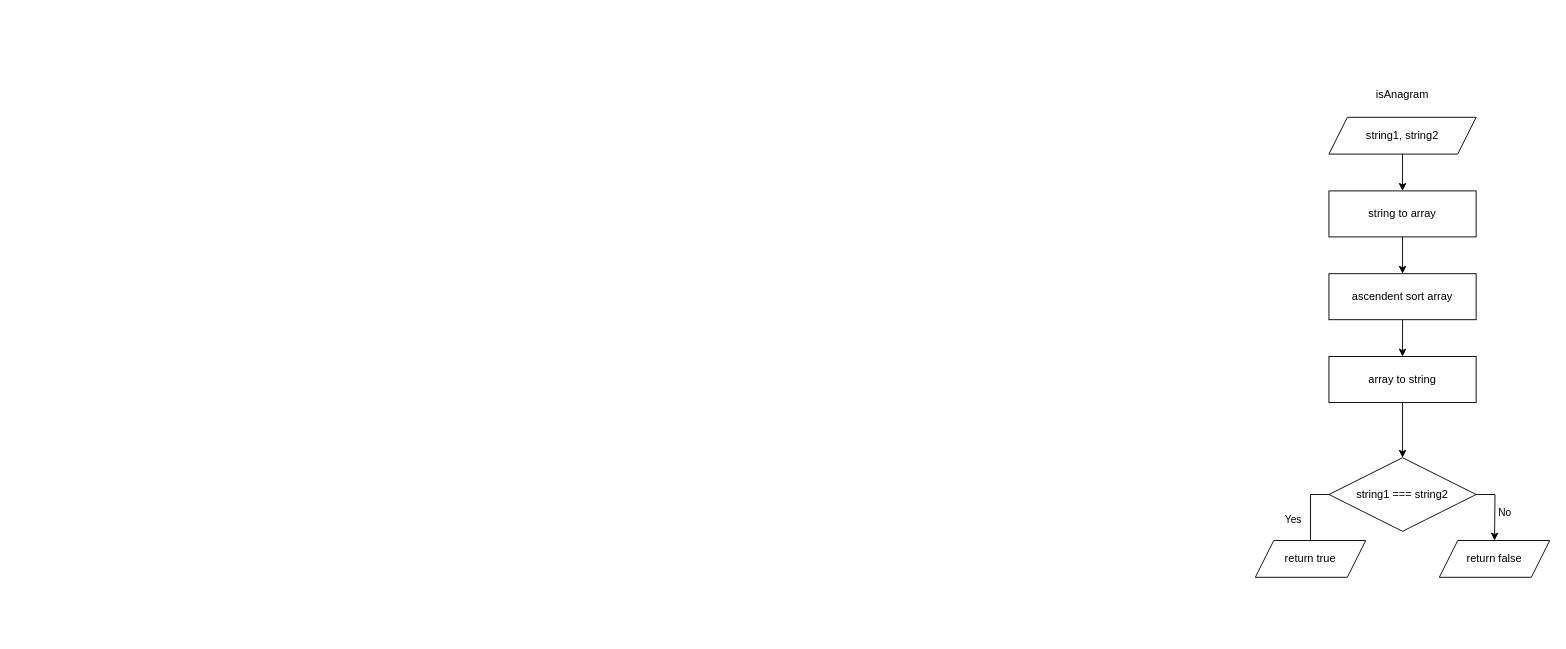
This is practice/Untitled Diagram.drawio from lednova-irina/ArtJoker, a draw.io file, before an edit. Source tidied: cells renumbered, new cells numbered last; positions are measured from the earlier drawing's top-left corner, leaving out a move shared by most shapes. Both pictures are drawn from the tidied source at 92%, with x=0, y=0 at pixel (1255, 80).
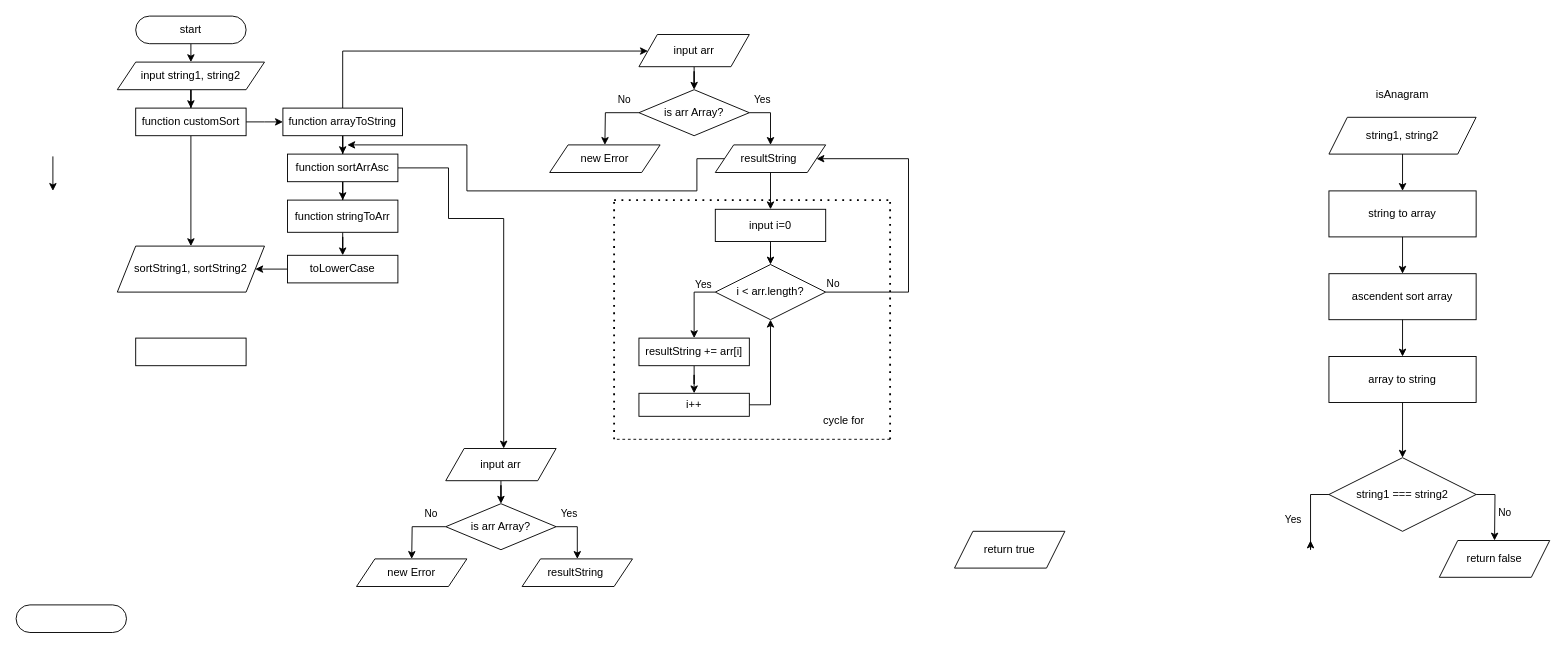
The same page after the edit.

The edit, as a diff of the source:
```diff
@@
     <mxCell id="16" value="return true" style="shape=parallelogram;perimeter=parallelogramPerimeter;whiteSpace=wrap;html=1;fixedSize=1;" parent="1" vertex="1">
-      <mxGeometry y="500" width="120" height="40" as="geometry" />
+      <mxGeometry x="-327" y="490" width="120" height="40" as="geometry" />
     </mxCell>
@@
+    <mxCell id="19" style="edgeStyle=orthogonalEdgeStyle;rounded=0;jettySize=auto;html=1;entryX=0.5;entryY=0;entryDx=0;entryDy=0;" parent="1" edge="1" source="21" target="24">
+      <mxGeometry relative="1" as="geometry" />
+    </mxCell>
+    <mxCell id="20" style="edgeStyle=orthogonalEdgeStyle;rounded=0;jettySize=auto;html=1;exitX=0.5;exitY=1;exitDx=0;exitDy=0;entryX=0.5;entryY=0;entryDx=0;entryDy=0;" parent="1" edge="1" source="27" target="21">
+      <mxGeometry relative="1" as="geometry" />
+    </mxCell>
+    <mxCell id="21" value="input string1, string2" style="shape=parallelogram;perimeter=parallelogramPerimeter;whiteSpace=wrap;html=1;fixedSize=1;" parent="1" vertex="1">
+      <mxGeometry x="-1237" y="-20" width="160" height="30" as="geometry" />
+    </mxCell>
+    <mxCell id="22" style="edgeStyle=orthogonalEdgeStyle;rounded=0;jettySize=auto;html=1;entryX=0.5;entryY=0;entryDx=0;entryDy=0;" parent="1" edge="1" source="24" target="38">
+      <mxGeometry relative="1" as="geometry" />
+    </mxCell>
+    <mxCell id="23" style="edgeStyle=orthogonalEdgeStyle;rounded=0;jettySize=auto;html=1;" parent="1" edge="1" source="24">
+      <mxGeometry relative="1" as="geometry">
+        <mxPoint x="-1057" y="45" as="targetPoint" />
+      </mxGeometry>
+    </mxCell>
+    <mxCell id="24" value="function customSort" style="rounded=0;whiteSpace=wrap;html=1;" parent="1" vertex="1">
+      <mxGeometry x="-1217" y="30" width="120" height="30" as="geometry" />
+    </mxCell>
+    <mxCell id="25" style="edgeStyle=orthogonalEdgeStyle;rounded=0;orthogonalLoop=1;jettySize=auto;html=1;" parent="1" edge="1">
+      <mxGeometry relative="1" as="geometry">
+        <mxPoint x="-1307" y="82.5" as="sourcePoint" />
+        <mxPoint x="-1307" y="120" as="targetPoint" />
+      </mxGeometry>
+    </mxCell>
+    <mxCell id="26" style="whiteSpace=wrap;html=1;rounded=0;" parent="1" vertex="1">
+      <mxGeometry x="-1217" y="280" width="120" height="30" as="geometry" />
+    </mxCell>
+    <mxCell id="27" value="start" style="rounded=1;whiteSpace=wrap;html=1;arcSize=50;" parent="1" vertex="1">
+      <mxGeometry x="-1217" y="-70" width="120" height="30" as="geometry" />
+    </mxCell>
+    <mxCell id="28" style="rounded=1;whiteSpace=wrap;html=1;arcSize=50;" parent="1" vertex="1">
+      <mxGeometry x="-1347" y="570" width="120" height="30" as="geometry" />
+    </mxCell>
+    <mxCell id="29" style="edgeStyle=orthogonalEdgeStyle;rounded=0;jettySize=auto;html=1;" parent="1" edge="1" source="31" target="34">
+      <mxGeometry relative="1" as="geometry" />
+    </mxCell>
+    <mxCell id="30" style="edgeStyle=orthogonalEdgeStyle;rounded=0;jettySize=auto;html=1;" parent="1" edge="1" source="31" target="40">
+      <mxGeometry relative="1" as="geometry">
+        <Array as="points">
+          <mxPoint x="-992" y="-32" />
+        </Array>
+      </mxGeometry>
+    </mxCell>
+    <mxCell id="31" value="function arrayToString" style="rounded=0;whiteSpace=wrap;html=1;" parent="1" vertex="1">
+      <mxGeometry x="-1057" y="30" width="130" height="30" as="geometry" />
+    </mxCell>
+    <mxCell id="32" style="edgeStyle=orthogonalEdgeStyle;rounded=0;jettySize=auto;html=1;" parent="1" edge="1" source="34" target="37">
+      <mxGeometry relative="1" as="geometry" />
+    </mxCell>
+    <mxCell id="33" style="edgeStyle=orthogonalEdgeStyle;rounded=0;jettySize=auto;html=1;" parent="1" edge="1" source="34">
+      <mxGeometry relative="1" as="geometry">
+        <mxPoint x="-817" y="400" as="targetPoint" />
+        <Array as="points">
+          <mxPoint x="-877" y="95" />
+          <mxPoint x="-877" y="150" />
+          <mxPoint x="-817" y="150" />
+        </Array>
+      </mxGeometry>
+    </mxCell>
+    <mxCell id="34" value="function sortArrAsc" style="whiteSpace=wrap;html=1;rounded=0;" parent="1" vertex="1">
+      <mxGeometry x="-1052" y="80" width="120" height="30" as="geometry" />
+    </mxCell>
+    <mxCell id="35" style="edgeStyle=orthogonalEdgeStyle;rounded=0;jettySize=auto;html=1;entryX=1;entryY=0.5;entryDx=0;entryDy=0;exitX=0;exitY=0.5;exitDx=0;exitDy=0;" parent="1" edge="1" source="47" target="38">
+      <mxGeometry relative="1" as="geometry" />
+    </mxCell>
+    <mxCell id="36" style="edgeStyle=orthogonalEdgeStyle;rounded=0;jettySize=auto;html=1;" parent="1" edge="1" source="37" target="47">
+      <mxGeometry relative="1" as="geometry" />
+    </mxCell>
+    <mxCell id="37" value="function stringToArr" style="whiteSpace=wrap;html=1;rounded=0;" parent="1" vertex="1">
+      <mxGeometry x="-1052" y="130" width="120" height="35" as="geometry" />
+    </mxCell>
+    <mxCell id="38" value="sortString1, sortString2" style="shape=parallelogram;perimeter=parallelogramPerimeter;whiteSpace=wrap;html=1;fixedSize=1;" parent="1" vertex="1">
+      <mxGeometry x="-1237" y="180" width="160" height="50" as="geometry" />
+    </mxCell>
+    <mxCell id="39" style="edgeStyle=orthogonalEdgeStyle;rounded=0;jettySize=auto;html=1;" parent="1" edge="1" source="40" target="45">
+      <mxGeometry relative="1" as="geometry" />
+    </mxCell>
+    <mxCell id="40" value="input arr" style="shape=parallelogram;perimeter=parallelogramPerimeter;whiteSpace=wrap;html=1;fixedSize=1;" parent="1" vertex="1">
+      <mxGeometry x="-670" y="-50" width="120" height="35" as="geometry" />
+    </mxCell>
+    <mxCell id="41" style="edgeStyle=orthogonalEdgeStyle;rounded=0;jettySize=auto;html=1;" parent="1" edge="1" source="45">
+      <mxGeometry relative="1" as="geometry">
+        <mxPoint x="-707" y="70" as="targetPoint" />
+      </mxGeometry>
+    </mxCell>
+    <mxCell id="42" value="Yes" style="edgeLabel;html=1;align=center;verticalAlign=middle;" parent="41" vertex="1">
+      <mxGeometry x="0.09" relative="1" as="geometry">
+        <mxPoint x="170" y="-17" as="offset" />
+      </mxGeometry>
+    </mxCell>
+    <mxCell id="43" style="edgeStyle=orthogonalEdgeStyle;rounded=0;jettySize=auto;html=1;exitX=1;exitY=0.5;exitDx=0;exitDy=0;entryX=0.5;entryY=0;entryDx=0;entryDy=0;" parent="1" edge="1" source="45" target="50">
+      <mxGeometry relative="1" as="geometry" />
+    </mxCell>
+    <mxCell id="44" value="No" style="edgeLabel;html=1;align=center;verticalAlign=middle;" parent="43" vertex="1">
+      <mxGeometry x="-0.13" y="-1" relative="1" as="geometry">
+        <mxPoint x="-159" y="-17" as="offset" />
+      </mxGeometry>
+    </mxCell>
+    <mxCell id="45" value="is arr Array?" style="rhombus;whiteSpace=wrap;html=1;" parent="1" vertex="1">
+      <mxGeometry x="-670" y="10" width="120" height="50" as="geometry" />
+    </mxCell>
+    <mxCell id="46" value="new Error" style="shape=parallelogram;perimeter=parallelogramPerimeter;whiteSpace=wrap;html=1;fixedSize=1;" parent="1" vertex="1">
+      <mxGeometry x="-767" y="70" width="120" height="30" as="geometry" />
+    </mxCell>
+    <mxCell id="47" value="toLowerCase" style="whiteSpace=wrap;html=1;rounded=0;" parent="1" vertex="1">
+      <mxGeometry x="-1052" y="190" width="120" height="30" as="geometry" />
+    </mxCell>
+    <mxCell id="48" style="edgeStyle=orthogonalEdgeStyle;rounded=0;jettySize=auto;html=1;" parent="1" edge="1" source="50" target="52">
+      <mxGeometry relative="1" as="geometry" />
+    </mxCell>
+    <mxCell id="49" style="edgeStyle=orthogonalEdgeStyle;rounded=0;jettySize=auto;html=1;" parent="1" edge="1" source="50">
+      <mxGeometry relative="1" as="geometry">
+        <mxPoint x="-987" y="70" as="targetPoint" />
+        <Array as="points">
+          <mxPoint x="-607" y="85" />
+          <mxPoint x="-607" y="120" />
+          <mxPoint x="-857" y="120" />
+          <mxPoint x="-857" y="70" />
+        </Array>
+      </mxGeometry>
+    </mxCell>
+    <mxCell id="50" value="resultString&amp;nbsp;" style="shape=parallelogram;perimeter=parallelogramPerimeter;whiteSpace=wrap;html=1;fixedSize=1;" parent="1" vertex="1">
+      <mxGeometry x="-587" y="70" width="120" height="30" as="geometry" />
+    </mxCell>
+    <mxCell id="51" style="edgeStyle=orthogonalEdgeStyle;rounded=0;jettySize=auto;html=1;" parent="1" edge="1" source="52" target="55">
+      <mxGeometry relative="1" as="geometry" />
+    </mxCell>
+    <mxCell id="52" value="input i=0" style="whiteSpace=wrap;html=1;" parent="1" vertex="1">
+      <mxGeometry x="-587" y="140" width="120" height="35" as="geometry" />
+    </mxCell>
+    <mxCell id="53" style="edgeStyle=orthogonalEdgeStyle;rounded=0;jettySize=auto;html=1;exitX=0;exitY=0.5;exitDx=0;exitDy=0;" parent="1" edge="1" source="55" target="57">
+      <mxGeometry relative="1" as="geometry" />
+    </mxCell>
+    <mxCell id="54" style="edgeStyle=orthogonalEdgeStyle;rounded=0;jettySize=auto;html=1;exitX=1;exitY=0.5;exitDx=0;exitDy=0;" parent="1" edge="1" source="55">
+      <mxGeometry relative="1" as="geometry">
+        <mxPoint x="-477" y="85" as="targetPoint" />
+        <Array as="points">
+          <mxPoint x="-377" y="230" />
+          <mxPoint x="-377" y="85" />
+        </Array>
+      </mxGeometry>
+    </mxCell>
+    <mxCell id="55" value="i &amp;lt; arr.length?" style="rhombus;whiteSpace=wrap;html=1;" parent="1" vertex="1">
+      <mxGeometry x="-587" y="200" width="120" height="60" as="geometry" />
+    </mxCell>
+    <mxCell id="56" style="edgeStyle=orthogonalEdgeStyle;rounded=0;jettySize=auto;html=1;" parent="1" edge="1" source="57" target="61">
+      <mxGeometry relative="1" as="geometry" />
+    </mxCell>
+    <mxCell id="57" value="resultString += arr[i]" style="whiteSpace=wrap;html=1;" parent="1" vertex="1">
+      <mxGeometry x="-670" y="280" width="120" height="30" as="geometry" />
+    </mxCell>
+    <mxCell id="58" value="No" style="edgeLabel;html=1;align=center;verticalAlign=middle;" parent="1" vertex="1">
+      <mxGeometry x="-507" y="45" as="geometry">
+        <mxPoint x="47" y="175" as="offset" />
+      </mxGeometry>
+    </mxCell>
+    <mxCell id="59" value="Yes" style="edgeLabel;html=1;align=center;verticalAlign=middle;" parent="1" vertex="1">
+      <mxGeometry x="-707" y="40" as="geometry">
+        <mxPoint x="106" y="181" as="offset" />
+      </mxGeometry>
+    </mxCell>
+    <mxCell id="60" style="edgeStyle=orthogonalEdgeStyle;rounded=0;jettySize=auto;html=1;entryX=0.5;entryY=1;entryDx=0;entryDy=0;" parent="1" edge="1" source="61" target="55">
+      <mxGeometry relative="1" as="geometry">
+        <Array as="points">
+          <mxPoint x="-527" y="353" />
+        </Array>
+      </mxGeometry>
+    </mxCell>
+    <mxCell id="61" value="i++" style="whiteSpace=wrap;html=1;" parent="1" vertex="1">
+      <mxGeometry x="-670" y="340" width="120" height="25" as="geometry" />
+    </mxCell>
+    <mxCell id="62" style="edgeStyle=orthogonalEdgeStyle;rounded=0;jettySize=auto;html=1;" parent="1" edge="1" source="63" target="68">
+      <mxGeometry relative="1" as="geometry" />
+    </mxCell>
+    <mxCell id="63" value="input arr" style="shape=parallelogram;perimeter=parallelogramPerimeter;whiteSpace=wrap;html=1;fixedSize=1;" parent="1" vertex="1">
+      <mxGeometry x="-880" y="400" width="120" height="35" as="geometry" />
+    </mxCell>
+    <mxCell id="64" style="edgeStyle=orthogonalEdgeStyle;rounded=0;jettySize=auto;html=1;" parent="1" edge="1" source="68">
+      <mxGeometry relative="1" as="geometry">
+        <mxPoint x="-917" y="520" as="targetPoint" />
+      </mxGeometry>
+    </mxCell>
+    <mxCell id="65" value="Yes" style="edgeLabel;html=1;align=center;verticalAlign=middle;" parent="64" vertex="1">
+      <mxGeometry x="0.09" relative="1" as="geometry">
+        <mxPoint x="170" y="-17" as="offset" />
+      </mxGeometry>
+    </mxCell>
+    <mxCell id="66" style="edgeStyle=orthogonalEdgeStyle;rounded=0;jettySize=auto;html=1;exitX=1;exitY=0.5;exitDx=0;exitDy=0;entryX=0.5;entryY=0;entryDx=0;entryDy=0;" parent="1" edge="1" source="68" target="70">
+      <mxGeometry relative="1" as="geometry" />
+    </mxCell>
+    <mxCell id="67" value="No" style="edgeLabel;html=1;align=center;verticalAlign=middle;" parent="66" vertex="1">
+      <mxGeometry x="-0.13" y="-1" relative="1" as="geometry">
+        <mxPoint x="-159" y="-17" as="offset" />
+      </mxGeometry>
+    </mxCell>
+    <mxCell id="68" value="is arr Array?" style="rhombus;whiteSpace=wrap;html=1;" parent="1" vertex="1">
+      <mxGeometry x="-880" y="460" width="120" height="50" as="geometry" />
+    </mxCell>
+    <mxCell id="69" value="new Error" style="shape=parallelogram;perimeter=parallelogramPerimeter;whiteSpace=wrap;html=1;fixedSize=1;" parent="1" vertex="1">
+      <mxGeometry x="-977" y="520" width="120" height="30" as="geometry" />
+    </mxCell>
+    <mxCell id="70" value="resultString&amp;nbsp;" style="shape=parallelogram;perimeter=parallelogramPerimeter;whiteSpace=wrap;html=1;fixedSize=1;" parent="1" vertex="1">
+      <mxGeometry x="-797" y="520" width="120" height="30" as="geometry" />
+    </mxCell>
+    <mxCell id="71" style="endArrow=none;dashed=1;html=1;rounded=0;" parent="1" edge="1">
+      <mxGeometry relative="1" as="geometry">
+        <mxPoint x="-397" y="390" as="sourcePoint" />
+        <mxPoint x="-697" y="390" as="targetPoint" />
+      </mxGeometry>
+    </mxCell>
+    <mxCell id="72" style="endArrow=none;dashed=1;html=1;dashPattern=1 3;strokeWidth=2;rounded=0;" parent="1" edge="1">
+      <mxGeometry relative="1" as="geometry">
+        <mxPoint x="-697" y="390" as="sourcePoint" />
+        <mxPoint x="-697" y="130" as="targetPoint" />
+      </mxGeometry>
+    </mxCell>
+    <mxCell id="73" style="endArrow=none;dashed=1;html=1;dashPattern=1 3;strokeWidth=2;rounded=0;" parent="1" edge="1">
+      <mxGeometry relative="1" as="geometry">
+        <mxPoint x="-697" y="130" as="sourcePoint" />
+        <mxPoint x="-397" y="130" as="targetPoint" />
+      </mxGeometry>
+    </mxCell>
+    <mxCell id="74" style="endArrow=none;dashed=1;html=1;dashPattern=1 3;strokeWidth=2;rounded=0;" parent="1" edge="1">
+      <mxGeometry relative="1" as="geometry">
+        <mxPoint x="-397" y="390" as="sourcePoint" />
+        <mxPoint x="-397" y="130" as="targetPoint" />
+      </mxGeometry>
+    </mxCell>
+    <mxCell id="75" value="cycle for" style="text;html=1;strokeColor=none;fillColor=none;align=center;verticalAlign=middle;whiteSpace=wrap;rounded=0;" parent="1" vertex="1">
+      <mxGeometry x="-477" y="355" width="60" height="30" as="geometry" />
+    </mxCell>
```
